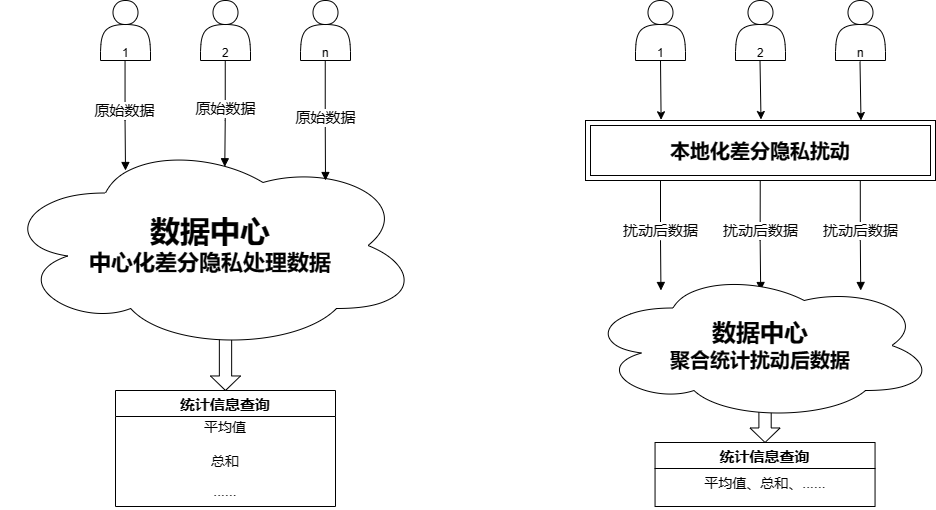
The draw.io diagram model.drawio.png in fyl01/testgit, before a commit. Source tidied: cells renumbered, new cells last; positions are measured from the earlier drawing's top-left corner, leaving out a move shared by most shapes.
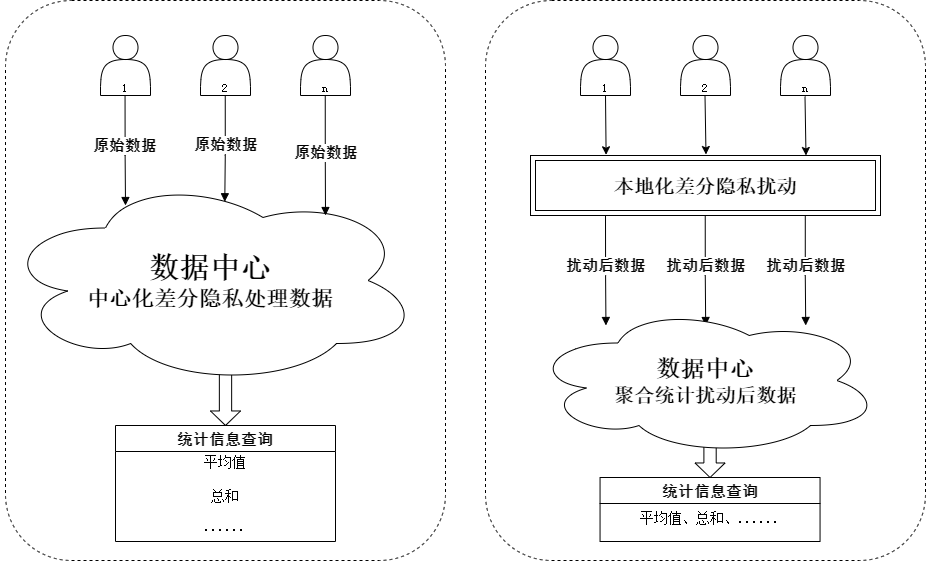
The same diagram one commit later.

What changed in the source:
```diff
@@ -4,119 +4,30 @@
     <mxCell id="1" parent="0" />
-    <mxCell id="2" style="group;" parent="1" vertex="1">
-      <mxGeometry width="420" height="506" as="geometry" />
-    </mxCell>
-    <mxCell id="3" style="shape=actor;whiteSpace=wrap;html=1;labelBackgroundColor=none;rounded=0;" parent="2" vertex="1">
-      <mxGeometry x="100" width="50" height="60" as="geometry" />
-    </mxCell>
-    <mxCell id="4" style="shape=actor;whiteSpace=wrap;html=1;labelBackgroundColor=none;rounded=0;" parent="2" vertex="1">
-      <mxGeometry x="200" width="50" height="60" as="geometry" />
-    </mxCell>
-    <mxCell id="5" style="shape=actor;whiteSpace=wrap;html=1;labelBackgroundColor=none;rounded=0;" parent="2" vertex="1">
-      <mxGeometry x="300" width="50" height="60" as="geometry" />
-    </mxCell>
-    <mxCell id="6" style="html=1;shadow=0;dashed=0;align=center;verticalAlign=middle;shape=mxgraph.arrows2.arrow;dy=0.59;dx=14.53;direction=south;notch=0;labelBackgroundColor=none;rounded=0;" parent="2" vertex="1">
-      <mxGeometry x="210" y="330" width="30" height="60" as="geometry" />
-    </mxCell>
-    <mxCell id="7" value="&lt;b style=&quot;border-color: var(--border-color);&quot;&gt;&lt;font style=&quot;font-size: 30px;&quot;&gt;数据中心&lt;/font&gt;&lt;br style=&quot;border-color: var(--border-color);&quot;&gt;&lt;span style=&quot;font-size: 22px;&quot;&gt;中心化差分隐私处理数据&lt;/span&gt;&lt;/b&gt;" style="ellipse;shape=cloud;whiteSpace=wrap;html=1;align=center;labelBackgroundColor=none;rounded=0;" parent="2" vertex="1">
-      <mxGeometry y="140" width="420" height="210" as="geometry" />
-    </mxCell>
-    <mxCell id="8" style="endArrow=block;endFill=1;html=1;edgeStyle=orthogonalEdgeStyle;align=left;verticalAlign=top;rounded=0;exitX=0.5;exitY=1;exitDx=0;exitDy=0;labelBackgroundColor=none;fontColor=default;" parent="2" edge="1">
-      <mxGeometry x="-0.67" relative="1" as="geometry">
-        <mxPoint x="124.6" y="60" as="sourcePoint" />
-        <mxPoint x="125" y="170" as="targetPoint" />
-        <Array as="points">
-          <mxPoint x="125" y="120" />
-          <mxPoint x="125" y="120" />
-        </Array>
-      </mxGeometry>
-    </mxCell>
-    <mxCell id="9" value="1" style="edgeLabel;html=1;align=left;verticalAlign=bottom;labelBackgroundColor=none;rounded=0;" parent="8" vertex="1">
-      <mxGeometry x="-1" relative="1" as="geometry">
-        <mxPoint x="-5" as="offset" />
-      </mxGeometry>
-    </mxCell>
-    <mxCell id="10" value="&lt;font style=&quot;font-size: 15px;&quot;&gt;原始数据&lt;/font&gt;" style="edgeLabel;html=1;align=center;verticalAlign=middle;" parent="8" vertex="1">
-      <mxGeometry x="0.17" y="-1" relative="1" as="geometry">
-        <mxPoint y="-15" as="offset" />
-      </mxGeometry>
-    </mxCell>
-    <mxCell id="11" value="统计信息查询" style="swimlane;fontStyle=1;horizontal=1;startSize=26;align=center;fontSize=15;labelBackgroundColor=none;rounded=0;" parent="2" vertex="1">
-      <mxGeometry x="115" y="390" width="220" height="116" as="geometry" />
-    </mxCell>
-    <mxCell id="12" style="endArrow=block;endFill=1;html=1;edgeStyle=orthogonalEdgeStyle;align=left;verticalAlign=top;rounded=0;exitX=0.5;exitY=1;exitDx=0;exitDy=0;labelBackgroundColor=none;fontColor=default;entryX=0.534;entryY=0.125;entryDx=0;entryDy=0;entryPerimeter=0;" parent="2" edge="1" target="7">
-      <mxGeometry x="-0.67" relative="1" as="geometry">
-        <mxPoint x="224.8" y="60" as="sourcePoint" />
-        <Array as="points">
-          <mxPoint x="225" y="120" />
-          <mxPoint x="224" y="120" />
-        </Array>
-      </mxGeometry>
-    </mxCell>
-    <mxCell id="13" value="2" style="edgeLabel;html=1;align=left;verticalAlign=bottom;labelBackgroundColor=none;rounded=0;" parent="12" vertex="1">
-      <mxGeometry x="-1" relative="1" as="geometry">
-        <mxPoint x="-5" as="offset" />
-      </mxGeometry>
-    </mxCell>
-    <mxCell id="14" value="&lt;font style=&quot;font-size: 15px;&quot;&gt;原始数据&lt;/font&gt;" style="edgeLabel;html=1;align=center;verticalAlign=middle;" parent="12" vertex="1">
-      <mxGeometry x="0.17" y="-1" relative="1" as="geometry">
-        <mxPoint y="-15" as="offset" />
-      </mxGeometry>
-    </mxCell>
-    <mxCell id="15" style="endArrow=block;endFill=1;html=1;edgeStyle=orthogonalEdgeStyle;align=left;verticalAlign=top;rounded=0;exitX=0.5;exitY=1;exitDx=0;exitDy=0;labelBackgroundColor=none;fontColor=default;" parent="2" edge="1">
-      <mxGeometry x="-0.67" relative="1" as="geometry">
-        <mxPoint x="324.8" y="60" as="sourcePoint" />
-        <mxPoint x="325" y="180" as="targetPoint" />
-        <Array as="points">
-          <mxPoint x="325.2" y="120" />
-          <mxPoint x="325.2" y="120" />
-        </Array>
-      </mxGeometry>
-    </mxCell>
-    <mxCell id="16" value="n" style="edgeLabel;html=1;align=left;verticalAlign=bottom;labelBackgroundColor=none;rounded=0;" parent="15" vertex="1">
-      <mxGeometry x="-1" relative="1" as="geometry">
-        <mxPoint x="-5" as="offset" />
-      </mxGeometry>
-    </mxCell>
-    <mxCell id="17" value="&lt;font style=&quot;font-size: 15px;&quot;&gt;原始数据&lt;/font&gt;" style="edgeLabel;html=1;align=center;verticalAlign=middle;" parent="15" vertex="1">
-      <mxGeometry x="0.17" y="-1" relative="1" as="geometry">
-        <mxPoint y="-15" as="offset" />
-      </mxGeometry>
-    </mxCell>
-    <mxCell id="18" value="平均值" style="text;strokeColor=none;fillColor=none;spacingLeft=4;spacingRight=4;overflow=hidden;fontSize=14;whiteSpace=wrap;html=1;align=center;labelBackgroundColor=none;rounded=0;" parent="2" vertex="1">
-      <mxGeometry x="115" y="412" width="220" height="38" as="geometry" />
-    </mxCell>
-    <mxCell id="19" value="总和" style="text;strokeColor=none;fillColor=none;spacingLeft=4;spacingRight=4;overflow=hidden;fontSize=14;whiteSpace=wrap;html=1;align=center;labelBackgroundColor=none;rounded=0;" parent="2" vertex="1">
-      <mxGeometry x="115" y="446" width="220" height="30" as="geometry" />
-    </mxCell>
-    <mxCell id="20" value="......" style="text;strokeColor=none;fillColor=none;spacingLeft=4;spacingRight=4;overflow=hidden;fontSize=14;whiteSpace=wrap;html=1;align=center;labelBackgroundColor=none;rounded=0;" parent="2" vertex="1">
-      <mxGeometry x="115" y="476" width="220" height="30" as="geometry" />
-    </mxCell>
-    <mxCell id="21" style="group;" parent="1" vertex="1">
+    <mxCell id="21" style="group;fontFamily=宋体;" parent="1" vertex="1">
       <mxGeometry x="585" width="350" height="506" as="geometry" />
     </mxCell>
-    <mxCell id="22" style="shape=actor;whiteSpace=wrap;html=1;labelBackgroundColor=none;rounded=0;" parent="21" vertex="1">
+    <mxCell id="22" style="shape=actor;whiteSpace=wrap;html=1;labelBackgroundColor=none;rounded=0;fontFamily=宋体;" parent="21" vertex="1">
       <mxGeometry x="50" width="50" height="60" as="geometry" />
     </mxCell>
-    <mxCell id="23" style="shape=actor;whiteSpace=wrap;html=1;labelBackgroundColor=none;rounded=0;" parent="21" vertex="1">
+    <mxCell id="23" style="shape=actor;whiteSpace=wrap;html=1;labelBackgroundColor=none;rounded=0;fontFamily=宋体;" parent="21" vertex="1">
       <mxGeometry x="150" width="50" height="60" as="geometry" />
     </mxCell>
-    <mxCell id="24" style="shape=actor;whiteSpace=wrap;html=1;labelBackgroundColor=none;rounded=0;" parent="21" vertex="1">
+    <mxCell id="24" style="shape=actor;whiteSpace=wrap;html=1;labelBackgroundColor=none;rounded=0;fontFamily=宋体;" parent="21" vertex="1">
       <mxGeometry x="250" width="50" height="60" as="geometry" />
     </mxCell>
-    <mxCell id="25" value="1" style="edgeLabel;html=1;align=left;verticalAlign=bottom;labelBackgroundColor=none;rounded=0;" parent="21" vertex="1">
+    <mxCell id="25" value="1" style="edgeLabel;html=1;align=left;verticalAlign=bottom;labelBackgroundColor=none;rounded=0;fontFamily=宋体;" parent="21" vertex="1">
       <mxGeometry x="69.6" y="60" as="geometry" />
     </mxCell>
-    <mxCell id="26" value="2" style="edgeLabel;html=1;align=left;verticalAlign=bottom;labelBackgroundColor=none;rounded=0;" parent="21" vertex="1">
+    <mxCell id="26" value="2" style="edgeLabel;html=1;align=left;verticalAlign=bottom;labelBackgroundColor=none;rounded=0;fontFamily=宋体;" parent="21" vertex="1">
       <mxGeometry x="169.8" y="60" as="geometry" />
     </mxCell>
-    <mxCell id="27" value="n" style="edgeLabel;html=1;align=left;verticalAlign=bottom;labelBackgroundColor=none;rounded=0;" parent="21" vertex="1">
+    <mxCell id="27" value="n" style="edgeLabel;html=1;align=left;verticalAlign=bottom;labelBackgroundColor=none;rounded=0;fontFamily=宋体;" parent="21" vertex="1">
       <mxGeometry x="269.8" y="60" as="geometry" />
     </mxCell>
-    <mxCell id="28" value="&lt;font size=&quot;1&quot; style=&quot;&quot;&gt;&lt;b style=&quot;font-size: 20px;&quot;&gt;本地化差分隐私扰动&lt;/b&gt;&lt;/font&gt;" style="shape=ext;margin=3;double=1;whiteSpace=wrap;html=1;align=center;" parent="21" vertex="1">
+    <mxCell id="28" value="&lt;font size=&quot;1&quot; style=&quot;&quot;&gt;&lt;b style=&quot;font-size: 20px;&quot;&gt;本地化差分隐私扰动&lt;/b&gt;&lt;/font&gt;" style="shape=ext;margin=3;double=1;whiteSpace=wrap;html=1;align=center;fontFamily=宋体;" parent="21" vertex="1">
       <mxGeometry y="120" width="350" height="60" as="geometry" />
     </mxCell>
-    <mxCell id="29" style="endArrow=classic;html=1;rounded=0;entryX=0.216;entryY=-0.012;entryDx=0;entryDy=0;entryPerimeter=0;exitX=0.5;exitY=1;exitDx=0;exitDy=0;" parent="21" edge="1" source="22" target="28">
+    <mxCell id="29" style="endArrow=classic;html=1;rounded=0;entryX=0.216;entryY=-0.012;entryDx=0;entryDy=0;entryPerimeter=0;exitX=0.5;exitY=1;exitDx=0;exitDy=0;fontFamily=宋体;" parent="21" edge="1" source="22" target="28">
       <mxGeometry relative="1" as="geometry" />
     </mxCell>
-    <mxCell id="30" style="endArrow=classic;html=1;rounded=0;entryX=0.216;entryY=-0.012;entryDx=0;entryDy=0;entryPerimeter=0;exitX=0.5;exitY=1;exitDx=0;exitDy=0;" parent="21" edge="1">
+    <mxCell id="30" style="endArrow=classic;html=1;rounded=0;entryX=0.216;entryY=-0.012;entryDx=0;entryDy=0;entryPerimeter=0;exitX=0.5;exitY=1;exitDx=0;exitDy=0;fontFamily=宋体;" parent="21" edge="1">
       <mxGeometry relative="1" as="geometry">
@@ -126,3 +37,3 @@
     </mxCell>
-    <mxCell id="31" style="endArrow=classic;html=1;rounded=0;entryX=0.216;entryY=-0.012;entryDx=0;entryDy=0;entryPerimeter=0;exitX=0.5;exitY=1;exitDx=0;exitDy=0;" parent="21" edge="1">
+    <mxCell id="31" style="endArrow=classic;html=1;rounded=0;entryX=0.216;entryY=-0.012;entryDx=0;entryDy=0;entryPerimeter=0;exitX=0.5;exitY=1;exitDx=0;exitDy=0;fontFamily=宋体;" parent="21" edge="1">
       <mxGeometry relative="1" as="geometry">
@@ -132,3 +43,3 @@
     </mxCell>
-    <mxCell id="32" style="endArrow=block;endFill=1;html=1;edgeStyle=orthogonalEdgeStyle;align=left;verticalAlign=top;rounded=0;exitX=0.5;exitY=1;exitDx=0;exitDy=0;labelBackgroundColor=none;fontColor=default;" parent="21" edge="1">
+    <mxCell id="32" style="endArrow=block;endFill=1;html=1;edgeStyle=orthogonalEdgeStyle;align=left;verticalAlign=top;rounded=0;exitX=0.5;exitY=1;exitDx=0;exitDy=0;labelBackgroundColor=none;fontColor=default;fontFamily=宋体;" parent="21" edge="1">
       <mxGeometry x="-0.67" relative="1" as="geometry">
@@ -142,3 +53,3 @@
     </mxCell>
-    <mxCell id="33" value="&lt;font style=&quot;font-size: 15px;&quot;&gt;扰动后数据&lt;/font&gt;" style="edgeLabel;html=1;align=center;verticalAlign=middle;" parent="32" vertex="1">
+    <mxCell id="33" value="&lt;font style=&quot;font-size: 15px;&quot;&gt;扰动后数据&lt;/font&gt;" style="edgeLabel;html=1;align=center;verticalAlign=middle;fontFamily=宋体;fontStyle=1;" parent="32" vertex="1">
       <mxGeometry x="0.17" y="-1" relative="1" as="geometry">
@@ -147,3 +58,3 @@
     </mxCell>
-    <mxCell id="34" style="endArrow=block;endFill=1;html=1;edgeStyle=orthogonalEdgeStyle;align=left;verticalAlign=top;rounded=0;exitX=0.5;exitY=1;exitDx=0;exitDy=0;labelBackgroundColor=none;fontColor=default;" parent="21" edge="1">
+    <mxCell id="34" style="endArrow=block;endFill=1;html=1;edgeStyle=orthogonalEdgeStyle;align=left;verticalAlign=top;rounded=0;exitX=0.5;exitY=1;exitDx=0;exitDy=0;labelBackgroundColor=none;fontColor=default;fontFamily=宋体;" parent="21" edge="1">
       <mxGeometry x="-0.67" relative="1" as="geometry">
@@ -157,3 +68,3 @@
     </mxCell>
-    <mxCell id="35" value="&lt;font style=&quot;font-size: 15px;&quot;&gt;扰动后数据&lt;/font&gt;" style="edgeLabel;html=1;align=center;verticalAlign=middle;" parent="34" vertex="1">
+    <mxCell id="35" value="&lt;font style=&quot;font-size: 15px;&quot;&gt;扰动后数据&lt;/font&gt;" style="edgeLabel;html=1;align=center;verticalAlign=middle;fontFamily=宋体;fontStyle=1;" parent="34" vertex="1">
       <mxGeometry x="0.17" y="-1" relative="1" as="geometry">
@@ -162,3 +73,3 @@
     </mxCell>
-    <mxCell id="36" style="endArrow=block;endFill=1;html=1;edgeStyle=orthogonalEdgeStyle;align=left;verticalAlign=top;rounded=0;exitX=0.5;exitY=1;exitDx=0;exitDy=0;labelBackgroundColor=none;fontColor=default;" parent="21" edge="1">
+    <mxCell id="36" style="endArrow=block;endFill=1;html=1;edgeStyle=orthogonalEdgeStyle;align=left;verticalAlign=top;rounded=0;exitX=0.5;exitY=1;exitDx=0;exitDy=0;labelBackgroundColor=none;fontColor=default;fontFamily=宋体;" parent="21" edge="1">
       <mxGeometry x="-0.67" relative="1" as="geometry">
@@ -172,3 +83,3 @@
     </mxCell>
-    <mxCell id="37" value="&lt;font style=&quot;font-size: 15px;&quot;&gt;扰动后数据&lt;/font&gt;" style="edgeLabel;html=1;align=center;verticalAlign=middle;" parent="36" vertex="1">
+    <mxCell id="37" value="&lt;font style=&quot;font-size: 15px;&quot;&gt;扰动后数据&lt;/font&gt;" style="edgeLabel;html=1;align=center;verticalAlign=middle;fontFamily=宋体;fontStyle=1;" parent="36" vertex="1">
       <mxGeometry x="0.17" y="-1" relative="1" as="geometry">
@@ -177,14 +88,106 @@
     </mxCell>
-    <mxCell id="38" style="html=1;shadow=0;dashed=0;align=center;verticalAlign=middle;shape=mxgraph.arrows2.arrow;dy=0.59;dx=14.53;direction=south;notch=0;labelBackgroundColor=none;rounded=0;" parent="21" vertex="1">
+    <mxCell id="38" style="html=1;shadow=0;dashed=0;align=center;verticalAlign=middle;shape=mxgraph.arrows2.arrow;dy=0.59;dx=14.53;direction=south;notch=0;labelBackgroundColor=none;rounded=0;fontFamily=宋体;" parent="21" vertex="1">
       <mxGeometry x="164.5" y="382" width="30" height="60" as="geometry" />
     </mxCell>
-    <mxCell id="39" value="&lt;b style=&quot;border-color: var(--border-color);&quot;&gt;&lt;font style=&quot;font-size: 24px;&quot;&gt;数据中心&lt;/font&gt;&lt;br style=&quot;border-color: var(--border-color);&quot;&gt;&lt;font style=&quot;font-size: 20px;&quot;&gt;聚合统计扰动后数据&lt;/font&gt;&lt;br&gt;&lt;/b&gt;" style="ellipse;shape=cloud;whiteSpace=wrap;html=1;align=center;labelBackgroundColor=none;rounded=0;" parent="21" vertex="1">
+    <mxCell id="39" value="&lt;b style=&quot;border-color: var(--border-color);&quot;&gt;&lt;font style=&quot;font-size: 24px;&quot;&gt;数据中心&lt;/font&gt;&lt;br style=&quot;border-color: var(--border-color);&quot;&gt;&lt;font style=&quot;font-size: 20px;&quot;&gt;聚合统计扰动后数据&lt;/font&gt;&lt;br&gt;&lt;/b&gt;" style="ellipse;shape=cloud;whiteSpace=wrap;html=1;align=center;labelBackgroundColor=none;rounded=0;fontFamily=宋体;" parent="21" vertex="1">
       <mxGeometry y="270" width="350" height="150" as="geometry" />
     </mxCell>
-    <mxCell id="40" value="统计信息查询" style="swimlane;fontStyle=1;horizontal=1;startSize=26;align=center;fontSize=15;labelBackgroundColor=none;rounded=0;" parent="21" vertex="1">
+    <mxCell id="40" value="统计信息查询" style="swimlane;fontStyle=1;horizontal=1;startSize=26;align=center;fontSize=15;labelBackgroundColor=none;rounded=0;fontFamily=宋体;" parent="21" vertex="1">
       <mxGeometry x="69.5" y="442" width="220" height="64" as="geometry" />
     </mxCell>
-    <mxCell id="41" value="平均值、总和、......" style="text;strokeColor=none;fillColor=none;spacingLeft=4;spacingRight=4;overflow=hidden;fontSize=14;whiteSpace=wrap;html=1;align=center;labelBackgroundColor=none;rounded=0;" parent="40" vertex="1">
+    <mxCell id="41" value="平均值、总和、......" style="text;strokeColor=none;fillColor=none;spacingLeft=4;spacingRight=4;overflow=hidden;fontSize=14;whiteSpace=wrap;html=1;align=center;labelBackgroundColor=none;rounded=0;fontFamily=宋体;" parent="40" vertex="1">
       <mxGeometry y="26" width="220" height="38" as="geometry" />
     </mxCell>
+    <mxCell id="3" style="shape=actor;whiteSpace=wrap;html=1;labelBackgroundColor=none;rounded=0;fontFamily=宋体;" parent="1" vertex="1">
+      <mxGeometry x="155" width="50" height="60" as="geometry" />
+    </mxCell>
+    <mxCell id="4" style="shape=actor;whiteSpace=wrap;html=1;labelBackgroundColor=none;rounded=0;fontFamily=宋体;" parent="1" vertex="1">
+      <mxGeometry x="255" width="50" height="60" as="geometry" />
+    </mxCell>
+    <mxCell id="5" style="shape=actor;whiteSpace=wrap;html=1;labelBackgroundColor=none;rounded=0;fontFamily=宋体;" parent="1" vertex="1">
+      <mxGeometry x="355" width="50" height="60" as="geometry" />
+    </mxCell>
+    <mxCell id="6" style="html=1;shadow=0;dashed=0;align=center;verticalAlign=middle;shape=mxgraph.arrows2.arrow;dy=0.59;dx=14.53;direction=south;notch=0;labelBackgroundColor=none;rounded=0;fontFamily=宋体;" parent="1" vertex="1">
+      <mxGeometry x="265" y="330" width="30" height="60" as="geometry" />
+    </mxCell>
+    <mxCell id="7" value="&lt;b style=&quot;border-color: var(--border-color);&quot;&gt;&lt;font style=&quot;font-size: 30px;&quot;&gt;数据中心&lt;/font&gt;&lt;br style=&quot;border-color: var(--border-color);&quot;&gt;&lt;span style=&quot;font-size: 22px;&quot;&gt;中心化差分隐私处理数据&lt;/span&gt;&lt;/b&gt;" style="ellipse;shape=cloud;whiteSpace=wrap;html=1;align=center;labelBackgroundColor=none;rounded=0;fontFamily=宋体;" parent="1" vertex="1">
+      <mxGeometry x="55" y="140" width="420" height="210" as="geometry" />
+    </mxCell>
+    <mxCell id="8" style="endArrow=block;endFill=1;html=1;edgeStyle=orthogonalEdgeStyle;align=left;verticalAlign=top;rounded=0;exitX=0.5;exitY=1;exitDx=0;exitDy=0;labelBackgroundColor=none;fontColor=default;fontFamily=宋体;" parent="1" edge="1">
+      <mxGeometry x="-0.67" relative="1" as="geometry">
+        <mxPoint x="179.6" y="60" as="sourcePoint" />
+        <mxPoint x="180" y="170" as="targetPoint" />
+        <Array as="points">
+          <mxPoint x="180" y="120" />
+          <mxPoint x="180" y="120" />
+        </Array>
+      </mxGeometry>
+    </mxCell>
+    <mxCell id="9" value="1" style="edgeLabel;html=1;align=left;verticalAlign=bottom;labelBackgroundColor=none;rounded=0;fontFamily=宋体;" parent="8" vertex="1">
+      <mxGeometry x="-1" relative="1" as="geometry">
+        <mxPoint x="-5" as="offset" />
+      </mxGeometry>
+    </mxCell>
+    <mxCell id="10" value="&lt;font style=&quot;font-size: 15px;&quot;&gt;原始数据&lt;/font&gt;" style="edgeLabel;html=1;align=center;verticalAlign=middle;fontFamily=宋体;fontStyle=1;" parent="8" vertex="1">
+      <mxGeometry x="0.17" y="-1" relative="1" as="geometry">
+        <mxPoint y="-15" as="offset" />
+      </mxGeometry>
+    </mxCell>
+    <mxCell id="11" value="统计信息查询" style="swimlane;fontStyle=1;horizontal=1;startSize=26;align=center;fontSize=15;labelBackgroundColor=none;rounded=0;fontFamily=宋体;" parent="1" vertex="1">
+      <mxGeometry x="170" y="390" width="220" height="116" as="geometry" />
+    </mxCell>
+    <mxCell id="12" style="endArrow=block;endFill=1;html=1;edgeStyle=orthogonalEdgeStyle;align=left;verticalAlign=top;rounded=0;exitX=0.5;exitY=1;exitDx=0;exitDy=0;labelBackgroundColor=none;fontColor=default;entryX=0.534;entryY=0.125;entryDx=0;entryDy=0;entryPerimeter=0;fontFamily=宋体;" parent="1" edge="1" target="7">
+      <mxGeometry x="-0.67" relative="1" as="geometry">
+        <mxPoint x="279.8" y="60" as="sourcePoint" />
+        <Array as="points">
+          <mxPoint x="280" y="120" />
+          <mxPoint x="279" y="120" />
+        </Array>
+      </mxGeometry>
+    </mxCell>
+    <mxCell id="13" value="2" style="edgeLabel;html=1;align=left;verticalAlign=bottom;labelBackgroundColor=none;rounded=0;fontFamily=宋体;" parent="12" vertex="1">
+      <mxGeometry x="-1" relative="1" as="geometry">
+        <mxPoint x="-5" as="offset" />
+      </mxGeometry>
+    </mxCell>
+    <mxCell id="14" value="&lt;font style=&quot;font-size: 15px;&quot;&gt;原始数据&lt;/font&gt;" style="edgeLabel;html=1;align=center;verticalAlign=middle;fontFamily=宋体;fontStyle=1;" parent="12" vertex="1">
+      <mxGeometry x="0.17" y="-1" relative="1" as="geometry">
+        <mxPoint y="-15" as="offset" />
+      </mxGeometry>
+    </mxCell>
+    <mxCell id="15" style="endArrow=block;endFill=1;html=1;edgeStyle=orthogonalEdgeStyle;align=left;verticalAlign=top;rounded=0;exitX=0.5;exitY=1;exitDx=0;exitDy=0;labelBackgroundColor=none;fontColor=default;fontFamily=宋体;" parent="1" edge="1">
+      <mxGeometry x="-0.67" relative="1" as="geometry">
+        <mxPoint x="379.8" y="60" as="sourcePoint" />
+        <mxPoint x="380" y="180" as="targetPoint" />
+        <Array as="points">
+          <mxPoint x="380.2" y="120" />
+          <mxPoint x="380.2" y="120" />
+        </Array>
+      </mxGeometry>
+    </mxCell>
+    <mxCell id="16" value="n" style="edgeLabel;html=1;align=left;verticalAlign=bottom;labelBackgroundColor=none;rounded=0;fontFamily=宋体;" parent="15" vertex="1">
+      <mxGeometry x="-1" relative="1" as="geometry">
+        <mxPoint x="-5" as="offset" />
+      </mxGeometry>
+    </mxCell>
+    <mxCell id="17" value="&lt;font style=&quot;font-size: 15px;&quot;&gt;原始数据&lt;/font&gt;" style="edgeLabel;html=1;align=center;verticalAlign=middle;fontFamily=宋体;fontStyle=1;" parent="15" vertex="1">
+      <mxGeometry x="0.17" y="-1" relative="1" as="geometry">
+        <mxPoint y="-15" as="offset" />
+      </mxGeometry>
+    </mxCell>
+    <mxCell id="18" value="平均值" style="text;strokeColor=none;fillColor=none;spacingLeft=4;spacingRight=4;overflow=hidden;fontSize=14;whiteSpace=wrap;html=1;align=center;labelBackgroundColor=none;rounded=0;fontFamily=宋体;" parent="1" vertex="1">
+      <mxGeometry x="170" y="412" width="220" height="38" as="geometry" />
+    </mxCell>
+    <mxCell id="19" value="总和" style="text;strokeColor=none;fillColor=none;spacingLeft=4;spacingRight=4;overflow=hidden;fontSize=14;whiteSpace=wrap;html=1;align=center;labelBackgroundColor=none;rounded=0;fontFamily=宋体;" parent="1" vertex="1">
+      <mxGeometry x="170" y="446" width="220" height="30" as="geometry" />
+    </mxCell>
+    <mxCell id="20" value="......" style="text;strokeColor=none;fillColor=none;spacingLeft=4;spacingRight=4;overflow=hidden;fontSize=14;whiteSpace=wrap;html=1;align=center;labelBackgroundColor=none;rounded=0;fontFamily=宋体;" parent="1" vertex="1">
+      <mxGeometry x="170" y="476" width="220" height="30" as="geometry" />
+    </mxCell>
+    <mxCell id="42" style="rounded=1;whiteSpace=wrap;html=1;textOpacity=0;fillColor=none;dashed=1;" parent="1" vertex="1">
+      <mxGeometry x="60" y="-35" width="440" height="560" as="geometry" />
+    </mxCell>
+    <mxCell id="43" style="rounded=1;whiteSpace=wrap;html=1;textOpacity=0;fillColor=none;dashed=1;" parent="1" vertex="1">
+      <mxGeometry x="540" y="-35" width="440" height="560" as="geometry" />
+    </mxCell>
   </root>
```
